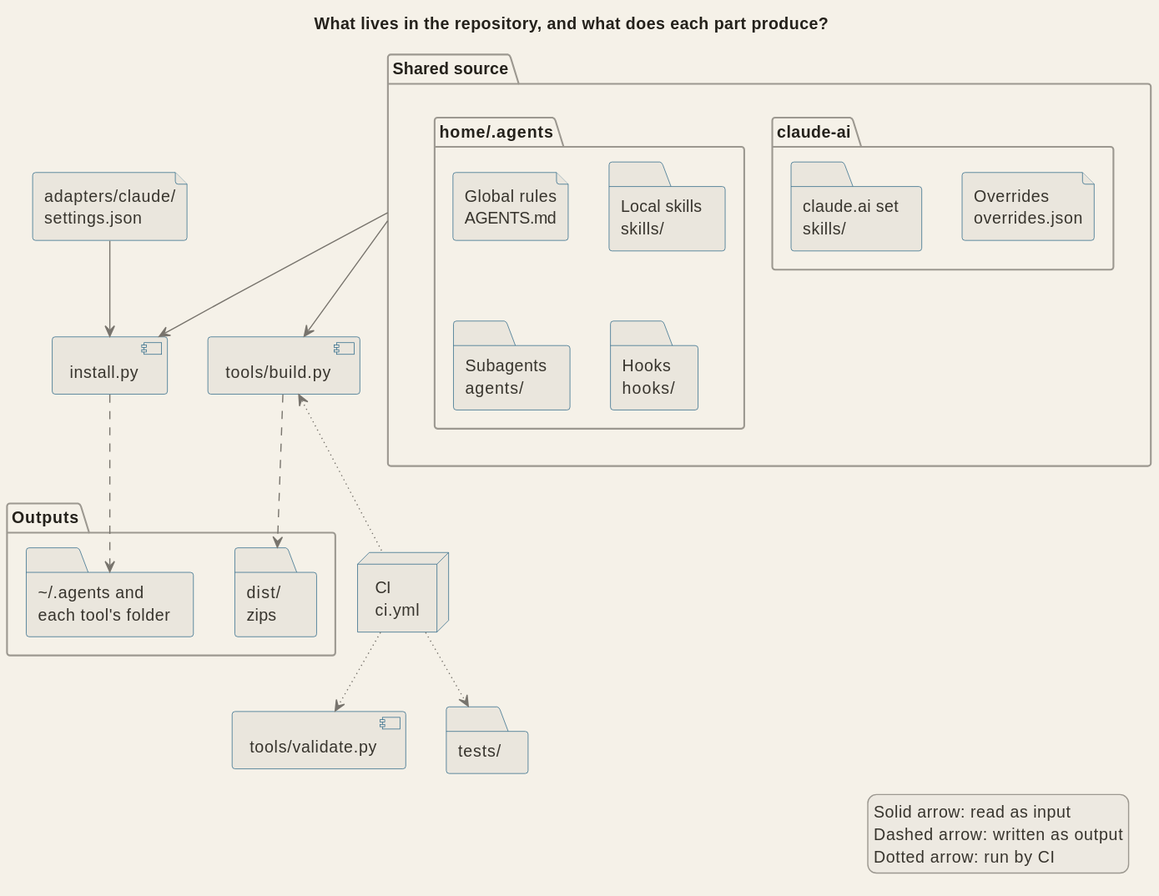
Above: docs/diagrams/arch_parts.svg in signorenne/dotagents (PlantUML), before the change.
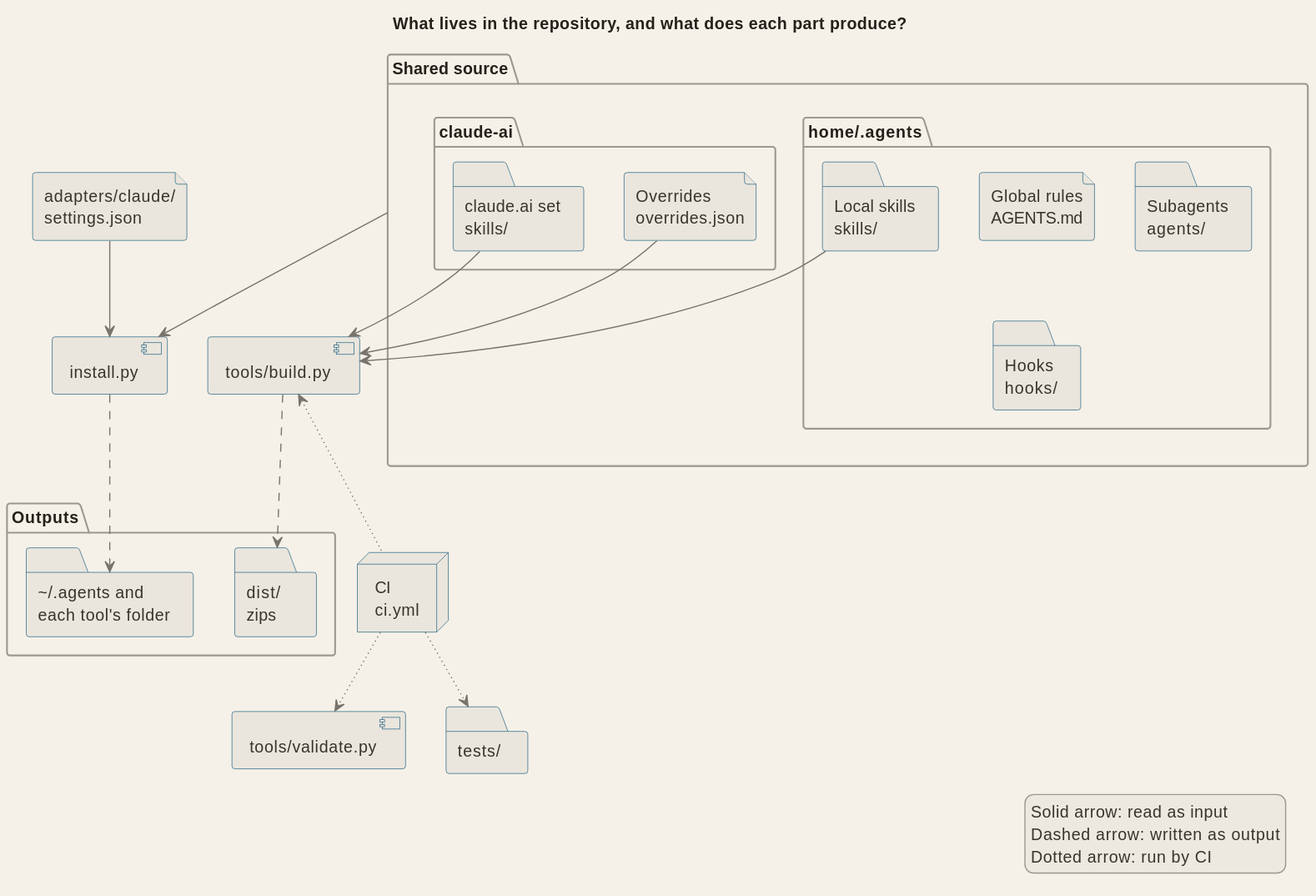
The same file after the commit.

Commit message:
docs(architecture): draw the edges into build.py from the three boxes it reads

Diff of the diagram source:
```diff
@@ -30,7 +30,9 @@
 
 adapters --> install
 source --> install
-source --> build
+skills --> build
+webskills --> build
+overrides --> build
 install -[hidden]right- build
 install ..> installed
 build ..> dist
```
